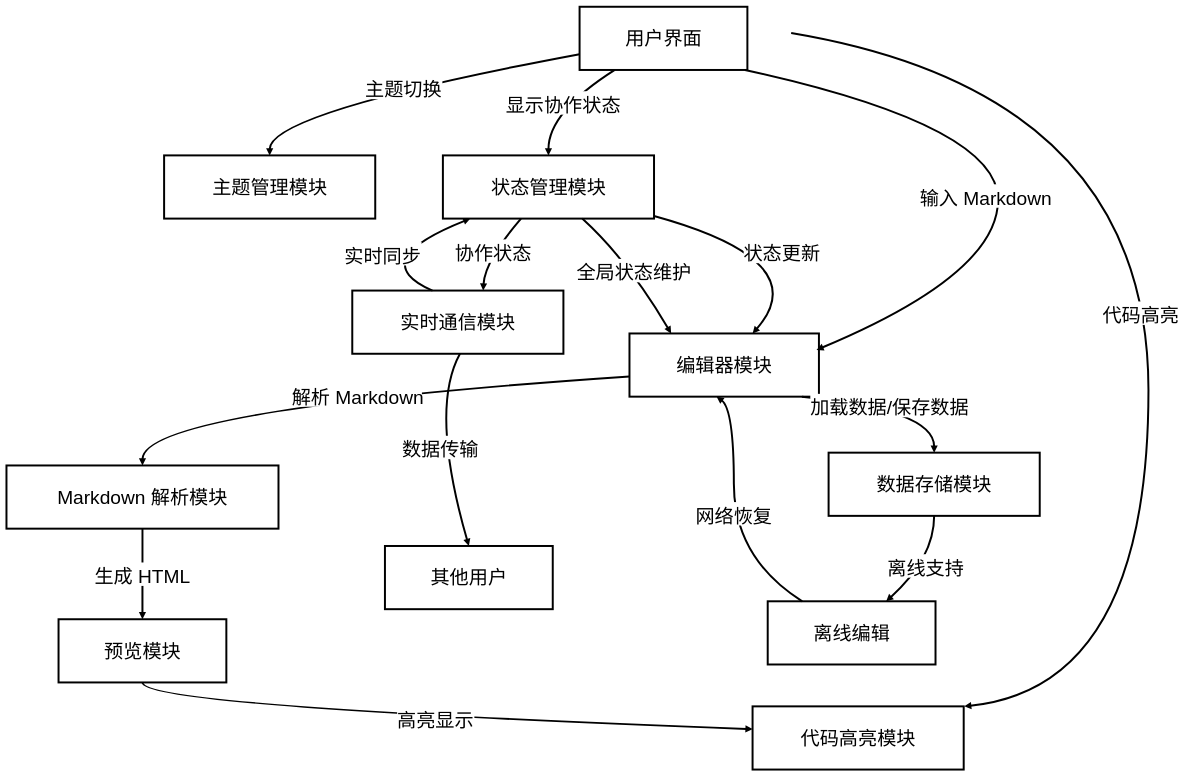
Yaozongbin0828/UMLetDraw keeps this draw.io diagram as 未命名绘图.drawio. Above is the earlier version. Source tidied: cells renumbered, new cells numbered last; positions are measured from the earlier drawing's top-left corner, leaving out a move shared by most shapes. Both pictures are drawn from the tidied source at 33%, with x=0, y=0 at pixel (6, 7).
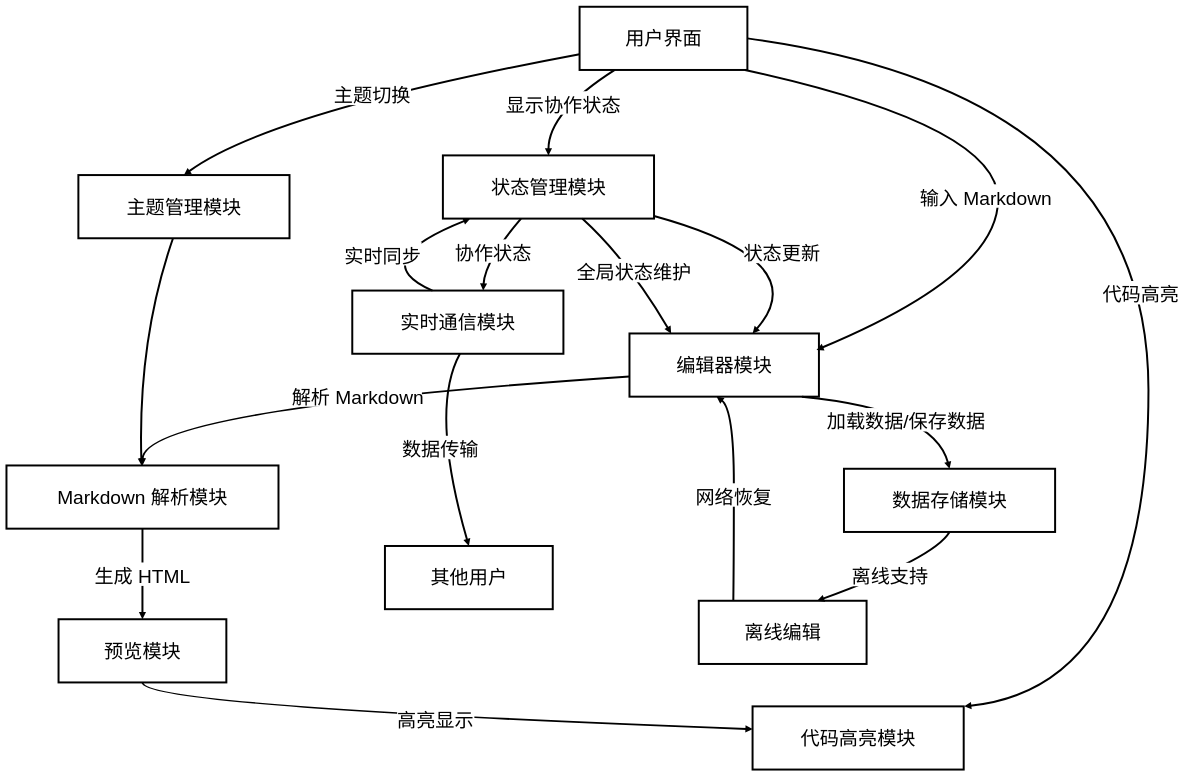
The same page after the edit.

Commit message (it also covers changes not shown here):
更新未命名绘图.drawio

Unchanged cells that the change refers to:
```xml
<mxCell id="2" value="用户界面" style="whiteSpace=wrap;strokeWidth=6;fontFamily=黑体;fontSize=58;" parent="1" vertex="1">
  <mxGeometry x="1736.8" width="508.5" height="191.5" as="geometry" />
</mxCell>
<mxCell id="3" value="编辑器模块" style="whiteSpace=wrap;strokeWidth=6;fontFamily=黑体;fontSize=58;" parent="1" vertex="1">
  <mxGeometry x="1888" y="990" width="574.1" height="191.5" as="geometry" />
</mxCell>
<mxCell id="7" value="Markdown 解析模块" style="whiteSpace=wrap;strokeWidth=6;fontFamily=黑体;fontSize=58;" parent="1" vertex="1">
  <mxGeometry x="0.1" y="1390" width="824.3" height="191.5" as="geometry" />
</mxCell>
```

The edit, as a diff of the source:
```diff
@@
     <mxCell id="4" value="主题管理模块" style="whiteSpace=wrap;strokeWidth=6;fontFamily=黑体;fontSize=58;" parent="1" vertex="1">
-      <mxGeometry x="477.8" y="450.4" width="639.8" height="191.5" as="geometry" />
+      <mxGeometry x="218" y="510" width="639.8" height="191.5" as="geometry" />
     </mxCell>
@@
     <mxCell id="11" value="数据存储模块" style="whiteSpace=wrap;strokeWidth=6;fontFamily=黑体;fontSize=58;" parent="1" vertex="1">
-      <mxGeometry x="2491.4" y="1351.2" width="639.8" height="191.5" as="geometry" />
+      <mxGeometry x="2538" y="1400" width="639.8" height="191.5" as="geometry" />
     </mxCell>
     <mxCell id="12" value="离线编辑" style="whiteSpace=wrap;strokeWidth=6;fontFamily=黑体;fontSize=58;" parent="1" vertex="1">
-      <mxGeometry x="2306.9" y="1801.6" width="508.5" height="191.5" as="geometry" />
+      <mxGeometry x="2098" y="1800" width="508.5" height="191.5" as="geometry" />
     </mxCell>
@@
-    <mxCell id="14" value="代码高亮" style="curved=1;startArrow=none;endArrow=block;exitX=1;exitY=0.72;entryX=0.795;entryY=0.003;rounded=0;fontFamily=黑体;fontSize=58;strokeWidth=6;entryDx=0;entryDy=0;entryPerimeter=0;" parent="1" edge="1">
+    <mxCell id="14" value="代码高亮" style="curved=1;startArrow=none;endArrow=block;exitX=1;exitY=0.5;entryX=0.795;entryY=0.003;rounded=0;fontFamily=黑体;fontSize=58;strokeWidth=6;entryDx=0;entryDy=0;entryPerimeter=0;exitDx=0;exitDy=0;" parent="1" edge="1" source="2">
       <mxGeometry x="0.02" y="-23" relative="1" as="geometry">
-        <mxPoint x="2378" y="79.4" as="sourcePoint" />
         <mxPoint x="2902.3" y="2120" as="targetPoint" />
         <Array as="points">
           <mxPoint x="3460.7" y="260.7" />
           <mxPoint x="3460.7" y="2062.4" />
         </Array>
       </mxGeometry>
     </mxCell>
@@
     <mxCell id="24" value="加载数据/保存数据" style="curved=1;startArrow=none;endArrow=block;exitX=0.91;exitY=1;entryX=0.5;entryY=-0.01;rounded=0;fontFamily=黑体;fontSize=58;strokeWidth=6;" parent="1" edge="1" source="3" target="11">
-      <mxGeometry relative="1" as="geometry">
+      <mxGeometry x="0.09" y="-38" relative="1" as="geometry">
         <Array as="points">
           <mxPoint x="2811.3" y="1220" />
         </Array>
       </mxGeometry>
     </mxCell>
@@
+    <mxCell id="28" style="curved=1;startArrow=none;endArrow=block;rounded=0;fontFamily=黑体;fontSize=58;strokeWidth=6;" parent="1" edge="1" source="4" target="7">
+      <mxGeometry relative="1" as="geometry">
+        <Array as="points">
+          <mxPoint x="398" y="1010" />
+        </Array>
+      </mxGeometry>
+    </mxCell>
```
